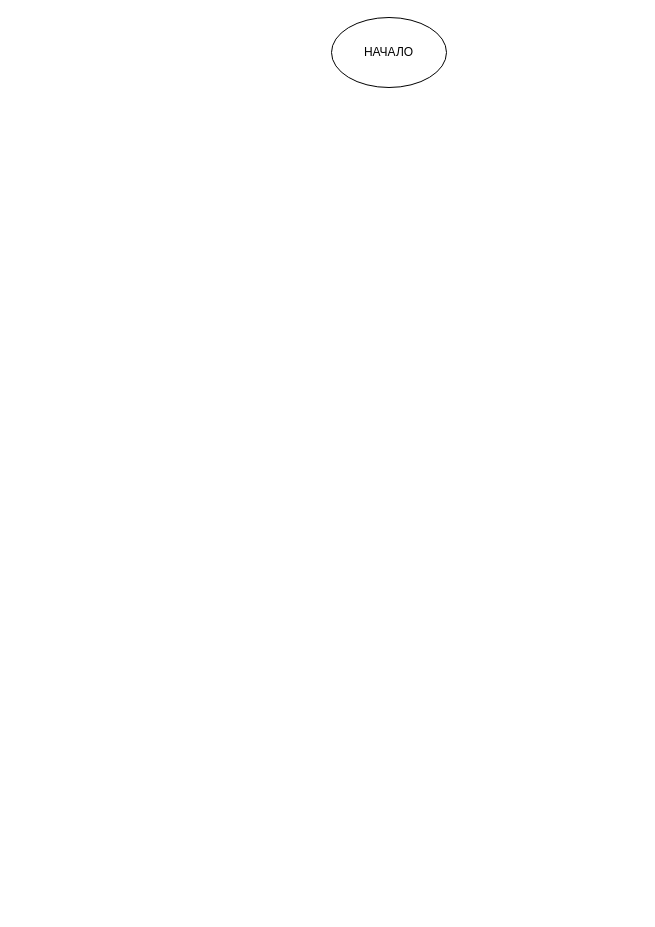
The draw.io diagram page "Page-5" (5 of 7) of Untitled Diagram.drawio in E91Aydin/PythonPractice, before the edit. Source tidied: cells renumbered, new cells numbered last; positions are measured from the earlier drawing's top-left corner, leaving out a move shared by most shapes. Both pictures are drawn from the tidied source at 100%, with x=0, y=0 at pixel (331, 17).
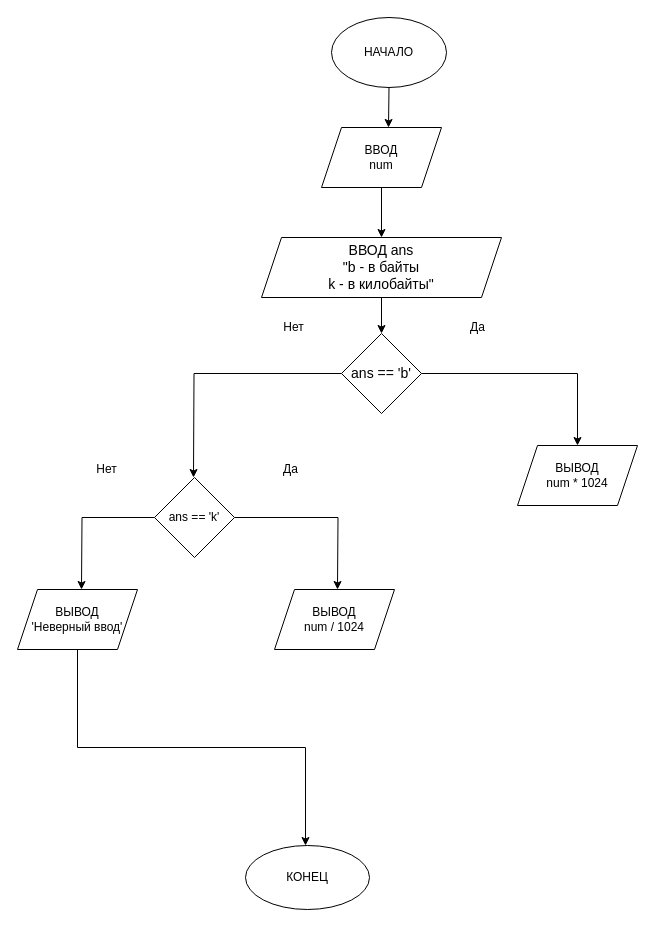
The same page after the edit.

Unchanged cells that the change refers to:
```xml
<mxCell id="2" value="НАЧАЛО" style="ellipse;whiteSpace=wrap;html=1;" parent="1" vertex="1">
  <mxGeometry width="115" height="70" as="geometry" />
</mxCell>
```

Change to the diagram source:
```diff
@@
+    <mxCell id="3" style="edgeStyle=orthogonalEdgeStyle;rounded=0;jettySize=auto;html=1;" parent="1" edge="1" source="2">
+      <mxGeometry relative="1" as="geometry">
+        <mxPoint x="57" y="110" as="targetPoint" />
+      </mxGeometry>
+    </mxCell>
@@
+    <mxCell id="4" style="edgeStyle=orthogonalEdgeStyle;rounded=0;jettySize=auto;html=1;entryX=0.5;entryY=0;entryDx=0;entryDy=0;" parent="1" edge="1" source="5" target="7">
+      <mxGeometry relative="1" as="geometry" />
+    </mxCell>
+    <mxCell id="5" value="ВВОД&lt;br&gt;num" style="shape=parallelogram;perimeter=parallelogramPerimeter;whiteSpace=wrap;html=1;fixedSize=1;" parent="1" vertex="1">
+      <mxGeometry x="-10" y="110" width="120" height="60" as="geometry" />
+    </mxCell>
+    <mxCell id="6" style="edgeStyle=orthogonalEdgeStyle;rounded=0;jettySize=auto;html=1;entryX=0.5;entryY=0;entryDx=0;entryDy=0;" parent="1" edge="1" source="7" target="10">
+      <mxGeometry relative="1" as="geometry" />
+    </mxCell>
+    <mxCell id="7" value="&lt;font style=&quot;font-size: 14px&quot;&gt;ВВОД ans&lt;br&gt;&quot;b - в байты&lt;br&gt;k - в килобайты&quot;&lt;/font&gt;" style="shape=parallelogram;perimeter=parallelogramPerimeter;whiteSpace=wrap;html=1;fixedSize=1;" parent="1" vertex="1">
+      <mxGeometry x="-70" y="220" width="240" height="60" as="geometry" />
+    </mxCell>
+    <mxCell id="8" style="edgeStyle=orthogonalEdgeStyle;rounded=0;jettySize=auto;html=1;" parent="1" edge="1" source="10">
+      <mxGeometry relative="1" as="geometry">
+        <mxPoint x="-138" y="460" as="targetPoint" />
+      </mxGeometry>
+    </mxCell>
+    <mxCell id="9" style="edgeStyle=orthogonalEdgeStyle;rounded=0;jettySize=auto;html=1;" parent="1" edge="1" source="10" target="18">
+      <mxGeometry relative="1" as="geometry" />
+    </mxCell>
+    <mxCell id="10" value="&lt;font style=&quot;font-size: 14px&quot;&gt;ans == 'b'&lt;/font&gt;" style="rhombus;whiteSpace=wrap;html=1;" parent="1" vertex="1">
+      <mxGeometry x="10" y="316" width="80" height="80" as="geometry" />
+    </mxCell>
+    <mxCell id="11" value="Нет" style="text;html=1;align=center;verticalAlign=middle;" parent="1" vertex="1">
+      <mxGeometry x="-62" y="302" width="48" height="16" as="geometry" />
+    </mxCell>
+    <mxCell id="12" value="Да" style="text;html=1;align=center;verticalAlign=middle;" parent="1" vertex="1">
+      <mxGeometry x="130" y="302" width="32" height="16" as="geometry" />
+    </mxCell>
+    <mxCell id="13" style="edgeStyle=orthogonalEdgeStyle;rounded=0;jettySize=auto;html=1;" parent="1" edge="1" source="15">
+      <mxGeometry relative="1" as="geometry">
+        <mxPoint x="6" y="572" as="targetPoint" />
+      </mxGeometry>
+    </mxCell>
+    <mxCell id="14" style="edgeStyle=orthogonalEdgeStyle;rounded=0;jettySize=auto;html=1;" parent="1" edge="1" source="15">
+      <mxGeometry relative="1" as="geometry">
+        <mxPoint x="-250" y="572" as="targetPoint" />
+      </mxGeometry>
+    </mxCell>
+    <mxCell id="15" value="ans == 'k'" style="rhombus;whiteSpace=wrap;html=1;" parent="1" vertex="1">
+      <mxGeometry x="-177" y="460" width="80" height="80" as="geometry" />
+    </mxCell>
+    <mxCell id="16" value="Нет" style="text;html=1;align=center;verticalAlign=middle;" parent="1" vertex="1">
+      <mxGeometry x="-249" y="444" width="48" height="16" as="geometry" />
+    </mxCell>
+    <mxCell id="17" value="Да" style="text;html=1;align=center;verticalAlign=middle;" parent="1" vertex="1">
+      <mxGeometry x="-57" y="444" width="32" height="16" as="geometry" />
+    </mxCell>
+    <mxCell id="18" value="ВЫВОД&lt;br&gt;num * 1024" style="shape=parallelogram;perimeter=parallelogramPerimeter;whiteSpace=wrap;html=1;fixedSize=1;" parent="1" vertex="1">
+      <mxGeometry x="186" y="428" width="120" height="60" as="geometry" />
+    </mxCell>
+    <mxCell id="19" value="ВЫВОД&lt;br&gt;num / 1024" style="shape=parallelogram;perimeter=parallelogramPerimeter;whiteSpace=wrap;html=1;fixedSize=1;" parent="1" vertex="1">
+      <mxGeometry x="-57" y="572" width="120" height="60" as="geometry" />
+    </mxCell>
+    <mxCell id="20" style="edgeStyle=orthogonalEdgeStyle;rounded=0;jettySize=auto;html=1;" parent="1" edge="1" source="21">
+      <mxGeometry relative="1" as="geometry">
+        <mxPoint x="-26" y="828" as="targetPoint" />
+        <Array as="points">
+          <mxPoint x="-254" y="730" />
+          <mxPoint x="-26" y="730" />
+          <mxPoint x="-26" y="828" />
+        </Array>
+      </mxGeometry>
+    </mxCell>
+    <mxCell id="21" value="ВЫВОД&lt;br&gt;'Неверный ввод'" style="shape=parallelogram;perimeter=parallelogramPerimeter;whiteSpace=wrap;html=1;fixedSize=1;" parent="1" vertex="1">
+      <mxGeometry x="-314" y="572" width="120" height="60" as="geometry" />
+    </mxCell>
+    <mxCell id="22" value="КОНЕЦ" style="ellipse;whiteSpace=wrap;html=1;" parent="1" vertex="1">
+      <mxGeometry x="-86" y="828" width="124" height="64" as="geometry" />
+    </mxCell>
```
